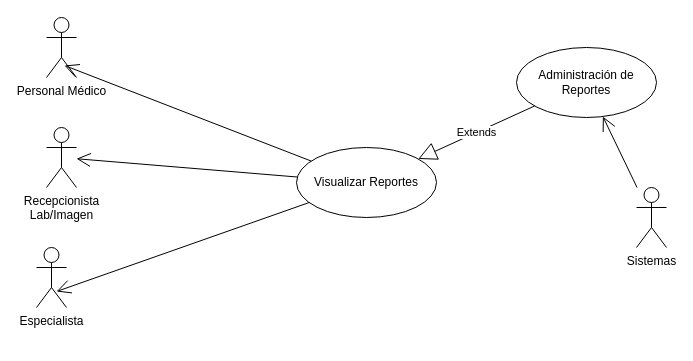
This is page "CU Reporteria" (13 of 15) of Diagramas de los Módulos.drawio from marguello86/Equipo1_MINSA, a draw.io file, before an edit. Source tidied: cells renumbered, new cells numbered last; positions are measured from the earlier drawing's top-left corner, leaving out a move shared by most shapes. Both pictures are drawn from the tidied source at 100%, with x=0, y=0 at pixel (36, 17).
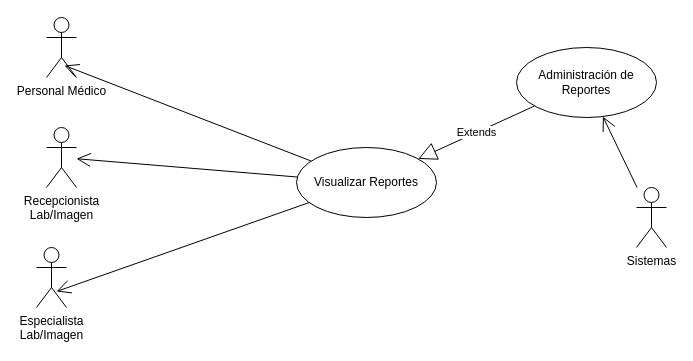
The same diagram, later.

The edit, as a diff of the source:
```diff
@@
 <mxGraphModel>
   <root>
     <mxCell id="0" />
     <mxCell id="1" parent="0" />
     <mxCell id="2" value="Personal Médico" style="shape=umlActor;verticalLabelPosition=bottom;verticalAlign=top;html=1;" parent="1" vertex="1">
       <mxGeometry x="10" width="30" height="60" as="geometry" />
     </mxCell>
     <mxCell id="3" value="Recepcionista&lt;br&gt;Lab/Imagen" style="shape=umlActor;verticalLabelPosition=bottom;verticalAlign=top;html=1;" parent="1" vertex="1">
       <mxGeometry x="10" y="110" width="30" height="60" as="geometry" />
     </mxCell>
-    <mxCell id="4" value="Especialista" style="shape=umlActor;verticalLabelPosition=bottom;verticalAlign=top;html=1;" parent="1" vertex="1">
+    <mxCell id="4" value="Especialista&lt;br&gt;Lab/Imagen" style="shape=umlActor;verticalLabelPosition=bottom;verticalAlign=top;html=1;" parent="1" vertex="1">
       <mxGeometry y="230" width="30" height="60" as="geometry" />
     </mxCell>
     <mxCell id="5" value="Administración de Reportes" style="ellipse;whiteSpace=wrap;html=1;" parent="1" vertex="1">
       <mxGeometry x="480" y="30" width="140" height="70" as="geometry" />
     </mxCell>
     <mxCell id="6" value="Visualizar Reportes" style="ellipse;whiteSpace=wrap;html=1;" parent="1" vertex="1">
       <mxGeometry x="260" y="130" width="140" height="70" as="geometry" />
     </mxCell>
     <mxCell id="7" value="Extends" style="endArrow=block;endSize=16;endFill=0;html=1;rounded=0;" parent="1" edge="1" source="5" target="6">
       <mxGeometry relative="1" as="geometry" />
     </mxCell>
     <mxCell id="8" value="Sistemas" style="shape=umlActor;verticalLabelPosition=bottom;verticalAlign=top;html=1;" parent="1" vertex="1">
       <mxGeometry x="600" y="170" width="30" height="60" as="geometry" />
     </mxCell>
     <mxCell id="9" style="endArrow=open;endFill=1;endSize=12;html=1;rounded=0;" parent="1" edge="1" source="8" target="5">
       <mxGeometry relative="1" as="geometry" />
     </mxCell>
     <mxCell id="10" style="endArrow=open;endFill=1;endSize=12;html=1;rounded=0;entryX=0.667;entryY=0.733;entryDx=0;entryDy=0;entryPerimeter=0;" parent="1" edge="1" source="6" target="4">
       <mxGeometry relative="1" as="geometry" />
     </mxCell>
     <mxCell id="11" style="endArrow=open;endFill=1;endSize=12;html=1;rounded=0;" parent="1" edge="1" source="6" target="3">
       <mxGeometry relative="1" as="geometry" />
     </mxCell>
     <mxCell id="12" style="endArrow=open;endFill=1;endSize=12;html=1;rounded=0;entryX=0.6;entryY=0.8;entryDx=0;entryDy=0;entryPerimeter=0;" parent="1" edge="1" source="6" target="2">
       <mxGeometry relative="1" as="geometry" />
     </mxCell>
   </root>
 </mxGraphModel>
```
